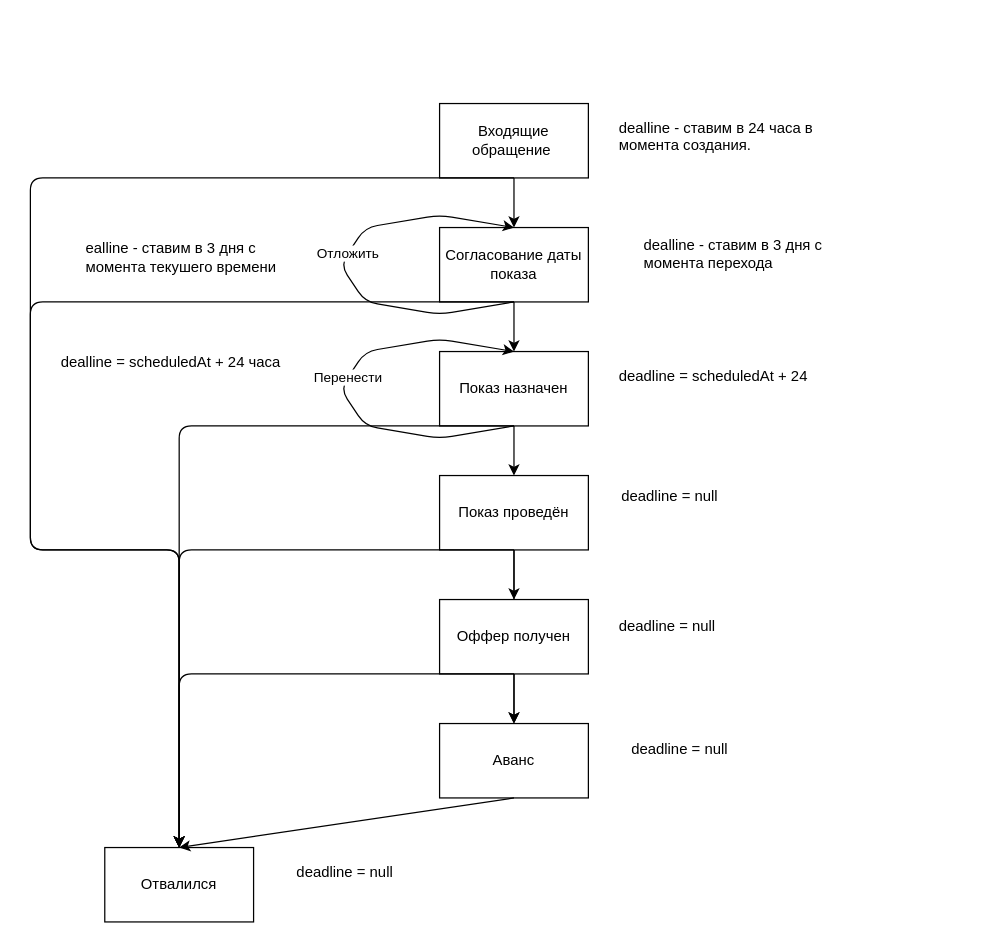
Legion112/homeapp-clients-diagrams keeps this draw.io diagram as buyers/Untitled Diagram.drawio. Above is the earlier version. Source tidied: cells renumbered, new cells numbered last; positions are measured from the earlier drawing's top-left corner, leaving out a move shared by most shapes. Both pictures are drawn from the tidied source at 124%, with x=0, y=0 at pixel (30, 103).
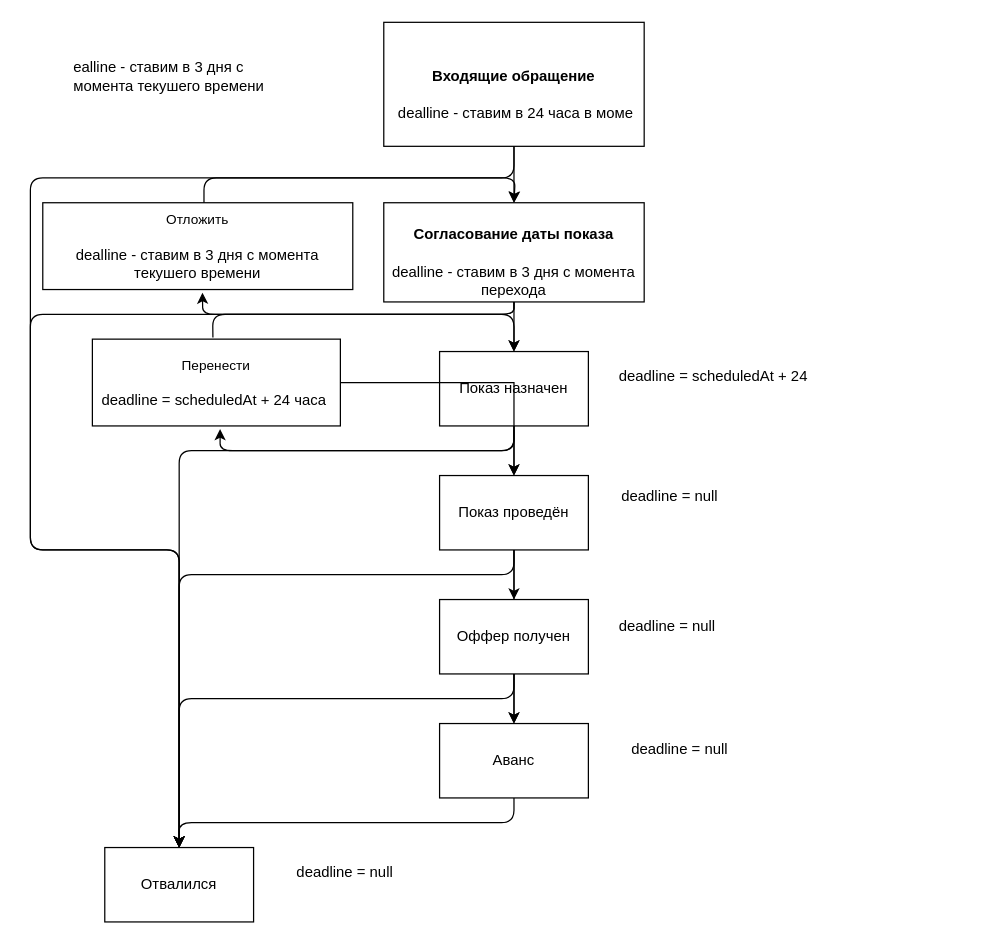
The same diagram, later.

Unchanged cells that the change refers to:
```xml
<mxCell id="8" value="Показ проведён" style="rounded=0;whiteSpace=wrap;html=1;" parent="1" vertex="1">
  <mxGeometry x="330" y="300" width="120" height="60" as="geometry" />
</mxCell>
<mxCell id="10" value="Оффер получен" style="rounded=0;whiteSpace=wrap;html=1;" parent="1" vertex="1">
  <mxGeometry x="330" y="400" width="120" height="60" as="geometry" />
</mxCell>
<mxCell id="14" value="Отвалился" style="rounded=0;whiteSpace=wrap;html=1;" parent="1" vertex="1">
  <mxGeometry x="60" y="600" width="120" height="60" as="geometry" />
</mxCell>
```

The edit, as a diff of the source:
```diff
@@
-    <mxCell id="2" value="Входящие обращение&amp;nbsp;" style="rounded=0;whiteSpace=wrap;html=1;" parent="1" vertex="1">
-      <mxGeometry x="330" width="120" height="60" as="geometry" />
+    <mxCell id="2" value="&lt;h4&gt;Входящие обращение&lt;/h4&gt;&amp;nbsp;dealline - ставим в 24 часа в моме" style="rounded=0;whiteSpace=wrap;html=1;" parent="1" vertex="1">
+      <mxGeometry x="285" y="-65.5" width="210" height="100" as="geometry" />
     </mxCell>
-    <mxCell id="3" value="Согласование даты показа" style="rounded=0;whiteSpace=wrap;html=1;" parent="1" vertex="1">
-      <mxGeometry x="330" y="100" width="120" height="60" as="geometry" />
+    <mxCell id="3" value="&lt;h4&gt;Согласование даты показа&lt;/h4&gt;&lt;span style=&quot;text-align: left&quot;&gt;dealline&amp;nbsp;- ставим в 3 дня с момента перехода&lt;/span&gt;" style="rounded=0;whiteSpace=wrap;html=1;" parent="1" vertex="1">
+      <mxGeometry x="285" y="80" width="210" height="80" as="geometry" />
     </mxCell>
@@
     <mxCell id="15" style="endArrow=classic;html=1;exitX=0.5;exitY=1;exitDx=0;exitDy=0;entryX=0.5;entryY=0;entryDx=0;entryDy=0;" parent="1" edge="1" target="14">
       <mxGeometry relative="1" as="geometry">
         <mxPoint x="390" y="560" as="sourcePoint" />
+        <Array as="points">
+          <mxPoint x="390" y="580" />
+          <mxPoint x="120" y="580" />
+        </Array>
       </mxGeometry>
     </mxCell>
-    <mxCell id="16" value="&lt;p&gt;dealline - ставим в 24 часа в момента создания.&lt;/p&gt;" style="text;html=1;strokeColor=none;fillColor=none;spacing=5;spacingTop=-20;whiteSpace=wrap;overflow=hidden;rounded=0;" parent="1" vertex="1">
-      <mxGeometry x="470" y="11" width="190" height="49" as="geometry" />
-    </mxCell>
-    <mxCell id="17" value="&lt;p&gt;dealline&amp;nbsp;- ставим в 3 дня с момента перехода&lt;/p&gt;" style="text;html=1;strokeColor=none;fillColor=none;spacing=5;spacingTop=-20;whiteSpace=wrap;overflow=hidden;rounded=0;" parent="1" vertex="1">
+    <mxCell id="17" value="&lt;p&gt;&lt;br&gt;&lt;/p&gt;" style="text;html=1;strokeColor=none;fillColor=none;spacing=5;spacingTop=-20;whiteSpace=wrap;overflow=hidden;rounded=0;" parent="1" vertex="1">
       <mxGeometry x="490" y="105.5" width="190" height="49" as="geometry" />
     </mxCell>
-    <mxCell id="18" style="endArrow=classic;html=1;exitX=0.5;exitY=1;exitDx=0;exitDy=0;" parent="1" edge="1" source="3">
-      <mxGeometry relative="1" as="geometry">
-        <mxPoint x="390" y="100" as="targetPoint" />
-        <Array as="points">
-          <mxPoint x="330" y="170" />
-          <mxPoint x="270" y="160" />
-          <mxPoint x="250" y="130" />
-          <mxPoint x="270" y="100" />
-          <mxPoint x="330" y="90" />
-        </Array>
-      </mxGeometry>
-    </mxCell>
-    <mxCell id="19" value="Отложить" style="edgeLabel;html=1;align=center;verticalAlign=middle;" parent="18" vertex="1">
-      <mxGeometry x="0.07" y="1" relative="1" as="geometry" />
-    </mxCell>
     <mxCell id="20" value="&lt;br&gt;ealline&amp;nbsp;&lt;span&gt;- ставим в 3 дня с момента текушего времени&lt;/span&gt;" style="text;html=1;strokeColor=none;fillColor=none;spacing=5;spacingTop=-20;whiteSpace=wrap;overflow=hidden;rounded=0;" parent="1" vertex="1">
-      <mxGeometry x="40" y="105.5" width="190" height="49" as="geometry" />
+      <mxGeometry x="30" y="-40" width="190" height="49" as="geometry" />
     </mxCell>
@@
-    <mxCell id="22" style="endArrow=classic;html=1;exitX=0.5;exitY=1;exitDx=0;exitDy=0;" parent="1" edge="1">
-      <mxGeometry relative="1" as="geometry">
-        <mxPoint x="390" y="260" as="sourcePoint" />
-        <mxPoint x="390" y="200" as="targetPoint" />
-        <Array as="points">
-          <mxPoint x="330" y="270" />
-          <mxPoint x="270" y="260" />
-          <mxPoint x="250" y="230" />
-          <mxPoint x="270" y="200" />
-          <mxPoint x="330" y="190" />
-        </Array>
-      </mxGeometry>
-    </mxCell>
-    <mxCell id="23" value="Перенести" style="edgeLabel;html=1;align=center;verticalAlign=middle;" parent="22" vertex="1">
-      <mxGeometry x="0.07" y="1" relative="1" as="geometry" />
-    </mxCell>
-    <mxCell id="24" value="&lt;p&gt;dealline&amp;nbsp;=&amp;nbsp;&lt;span&gt;scheduledAt + 24 часа&amp;nbsp;&lt;/span&gt;&lt;/p&gt;" style="text;html=1;strokeColor=none;fillColor=none;spacing=5;spacingTop=-20;whiteSpace=wrap;overflow=hidden;rounded=0;" parent="1" vertex="1">
-      <mxGeometry x="20" y="200" width="210" height="49" as="geometry" />
-    </mxCell>
@@
     <mxCell id="29" style="endArrow=classic;html=1;exitX=0.5;exitY=1;exitDx=0;exitDy=0;" parent="1" edge="1" source="10">
       <mxGeometry relative="1" as="geometry">
         <mxPoint x="120" y="600" as="targetPoint" />
         <Array as="points">
-          <mxPoint x="120" y="460" />
+          <mxPoint x="390" y="480" />
+          <mxPoint x="120" y="480" />
         </Array>
       </mxGeometry>
     </mxCell>
     <mxCell id="30" style="endArrow=classic;html=1;" parent="1" edge="1">
       <mxGeometry relative="1" as="geometry">
         <mxPoint x="390" y="360" as="sourcePoint" />
         <mxPoint x="120" y="600" as="targetPoint" />
         <Array as="points">
-          <mxPoint x="120" y="360" />
+          <mxPoint x="390" y="380" />
+          <mxPoint x="120" y="380" />
         </Array>
       </mxGeometry>
     </mxCell>
     <mxCell id="31" style="endArrow=classic;html=1;" parent="1" edge="1">
       <mxGeometry relative="1" as="geometry">
         <mxPoint x="390" y="260" as="sourcePoint" />
         <mxPoint x="120" y="600" as="targetPoint" />
         <Array as="points">
-          <mxPoint x="120" y="260" />
+          <mxPoint x="390" y="280" />
+          <mxPoint x="120" y="280" />
         </Array>
       </mxGeometry>
     </mxCell>
     <mxCell id="32" style="endArrow=classic;html=1;entryX=0.5;entryY=0;entryDx=0;entryDy=0;exitX=0.5;exitY=1;exitDx=0;exitDy=0;" parent="1" edge="1" source="3" target="14">
       <mxGeometry relative="1" as="geometry">
         <Array as="points">
-          <mxPoint y="160" />
+          <mxPoint x="390" y="170" />
+          <mxPoint y="170" />
           <mxPoint y="360" />
           <mxPoint x="120" y="360" />
         </Array>
       </mxGeometry>
     </mxCell>
-    <mxCell id="33" style="endArrow=classic;html=1;entryX=0.5;entryY=0;entryDx=0;entryDy=0;" parent="1" edge="1">
+    <mxCell id="33" style="endArrow=classic;html=1;entryX=0.5;entryY=0;entryDx=0;entryDy=0;exitX=0.5;exitY=1;exitDx=0;exitDy=0;" parent="1" edge="1" source="2">
       <mxGeometry relative="1" as="geometry">
-        <mxPoint x="390" y="60" as="sourcePoint" />
         <mxPoint x="120" y="600" as="targetPoint" />
         <Array as="points">
+          <mxPoint x="390" y="60" />
           <mxPoint y="60" />
           <mxPoint y="360" />
           <mxPoint x="120" y="360" />
         </Array>
       </mxGeometry>
     </mxCell>
+    <mxCell id="34" value="&lt;span style=&quot;font-size: 11px ; background-color: rgb(255 , 255 , 255)&quot;&gt;Отложить&lt;br&gt;&lt;/span&gt;&lt;br style=&quot;text-align: left&quot;&gt;&lt;span style=&quot;text-align: left&quot;&gt;dealline&amp;nbsp;&lt;/span&gt;&lt;span style=&quot;text-align: left&quot;&gt;- ставим в 3 дня с момента текушего времени&lt;/span&gt;&lt;span style=&quot;font-size: 11px ; background-color: rgb(255 , 255 , 255)&quot;&gt;&lt;br&gt;&lt;/span&gt;" style="rounded=0;whiteSpace=wrap;html=1;" parent="1" vertex="1">
+      <mxGeometry x="10" y="80" width="250" height="70" as="geometry" />
+    </mxCell>
+    <mxCell id="35" style="endArrow=classic;html=1;entryX=0.515;entryY=1.036;entryDx=0;entryDy=0;entryPerimeter=0;" parent="1" edge="1" target="34">
+      <mxGeometry relative="1" as="geometry">
+        <mxPoint x="390" y="160" as="sourcePoint" />
+        <Array as="points">
+          <mxPoint x="390" y="170" />
+          <mxPoint x="139" y="170" />
+        </Array>
+      </mxGeometry>
+    </mxCell>
+    <mxCell id="36" style="endArrow=classic;html=1;entryX=0.5;entryY=0;entryDx=0;entryDy=0;" parent="1" edge="1" target="3">
+      <mxGeometry relative="1" as="geometry">
+        <mxPoint x="140" y="80" as="sourcePoint" />
+        <Array as="points">
+          <mxPoint x="140" y="60" />
+          <mxPoint x="391" y="60" />
+        </Array>
+      </mxGeometry>
+    </mxCell>
+    <mxCell id="37" style="edgeStyle=orthogonalEdgeStyle;rounded=0;jettySize=auto;html=1;" parent="1" edge="1" source="38" target="8">
+      <mxGeometry relative="1" as="geometry" />
+    </mxCell>
+    <mxCell id="38" value="&lt;span style=&quot;font-size: 11px ; background-color: rgb(255 , 255 , 255)&quot;&gt;Перенести&lt;/span&gt;&lt;span style=&quot;font-size: 11px ; background-color: rgb(255 , 255 , 255)&quot;&gt;&lt;br&gt;&lt;/span&gt;&lt;br style=&quot;text-align: left&quot;&gt;&lt;span style=&quot;text-align: left&quot;&gt;deadline =&amp;nbsp;&lt;/span&gt;&lt;span style=&quot;text-align: left&quot;&gt;scheduledAt + 24 часа&amp;nbsp;&lt;/span&gt;&lt;span style=&quot;font-size: 11px ; background-color: rgb(255 , 255 , 255)&quot;&gt;&lt;br&gt;&lt;/span&gt;" style="rounded=0;whiteSpace=wrap;html=1;" parent="1" vertex="1">
+      <mxGeometry x="50" y="190" width="200" height="70" as="geometry" />
+    </mxCell>
+    <mxCell id="39" style="endArrow=classic;html=1;entryX=0.515;entryY=1.036;entryDx=0;entryDy=0;entryPerimeter=0;" parent="1" edge="1" target="38">
+      <mxGeometry relative="1" as="geometry">
+        <mxPoint x="390" y="263" as="sourcePoint" />
+        <Array as="points">
+          <mxPoint x="390" y="280" />
+          <mxPoint x="153" y="280" />
+        </Array>
+      </mxGeometry>
+    </mxCell>
+    <mxCell id="40" style="endArrow=classic;html=1;exitX=0.486;exitY=-0.018;exitDx=0;exitDy=0;exitPerimeter=0;" parent="1" edge="1" source="38">
+      <mxGeometry relative="1" as="geometry">
+        <mxPoint x="390" y="200" as="targetPoint" />
+        <Array as="points">
+          <mxPoint x="147" y="170" />
+          <mxPoint x="390" y="170" />
+        </Array>
+      </mxGeometry>
+    </mxCell>
```
